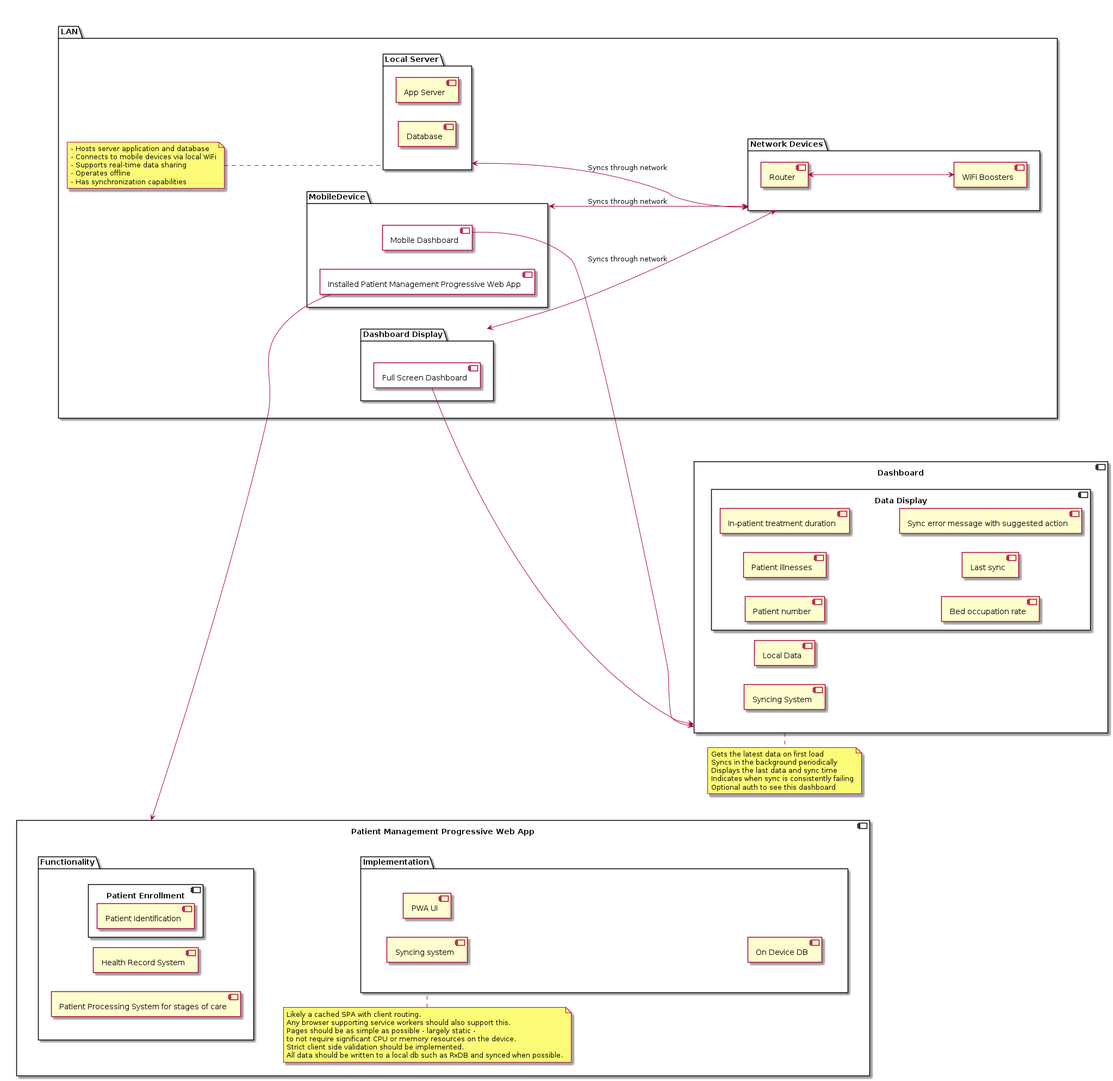
Earlier version of the PlantUML export puml/diagrams/constraint-solutions.png (jcbashdown/case-study). Its source is kept beside it as puml/constraint-solutions.puml.
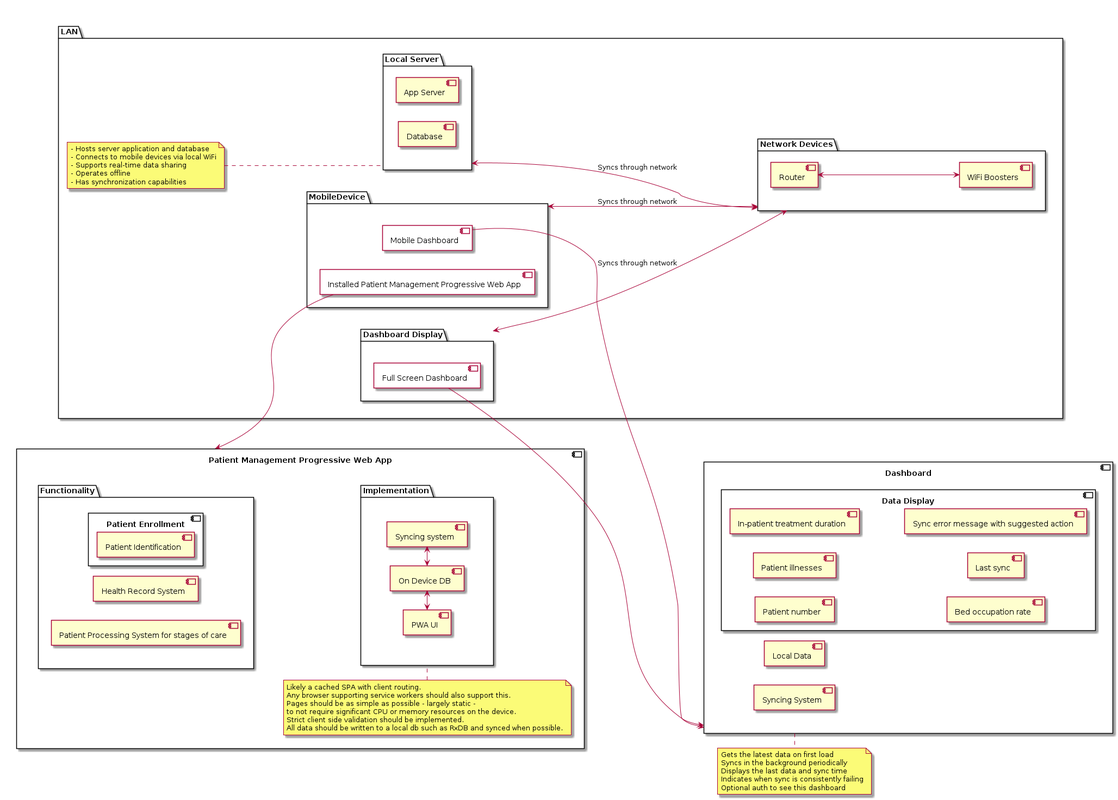
The same diagram one commit later.

Commit message:
Improve diagram layout

Diff of the diagram source:
```diff
@@ -1,7 +1,7 @@
 @startuml
 left to right direction
 skinparam componentStyle uml2
-skinparam packagestyle rectangle
+skinparam packagestyle uml2
 
 together {
   component Dashboard {
@@ -66,9 +66,9 @@
   }
   package Implementation {
     together {
-      component "Syncing system"
+      component "Syncing system" as SyncingSystem
       component "PWA UI" as UI
-      component "On Device DB"
+      component "On Device DB" as OnDeviceDB
     }
   }
   note top of Implementation
@@ -93,5 +93,8 @@
 MobileDashboard -down-> Dashboard
 InstalledPWA -up-> PWA
 
+UI <-> OnDeviceDB
+OnDeviceDB <-> SyncingSystem
+
 
 @enduml
```
